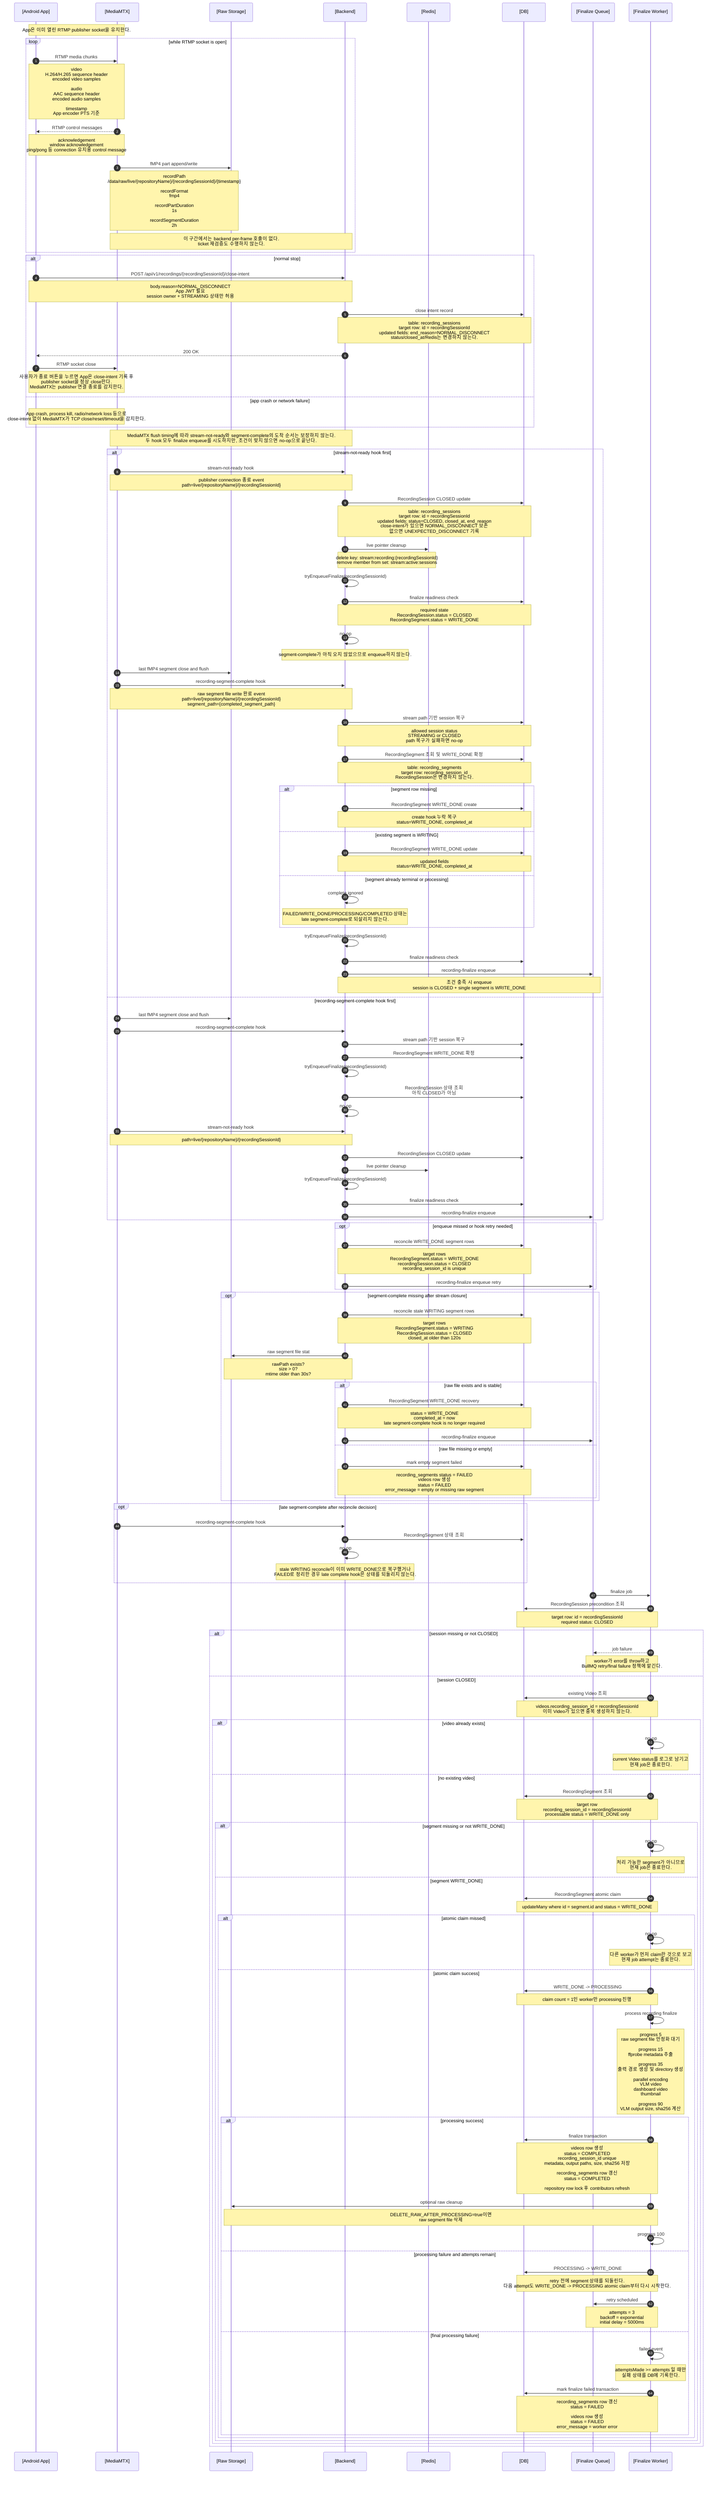
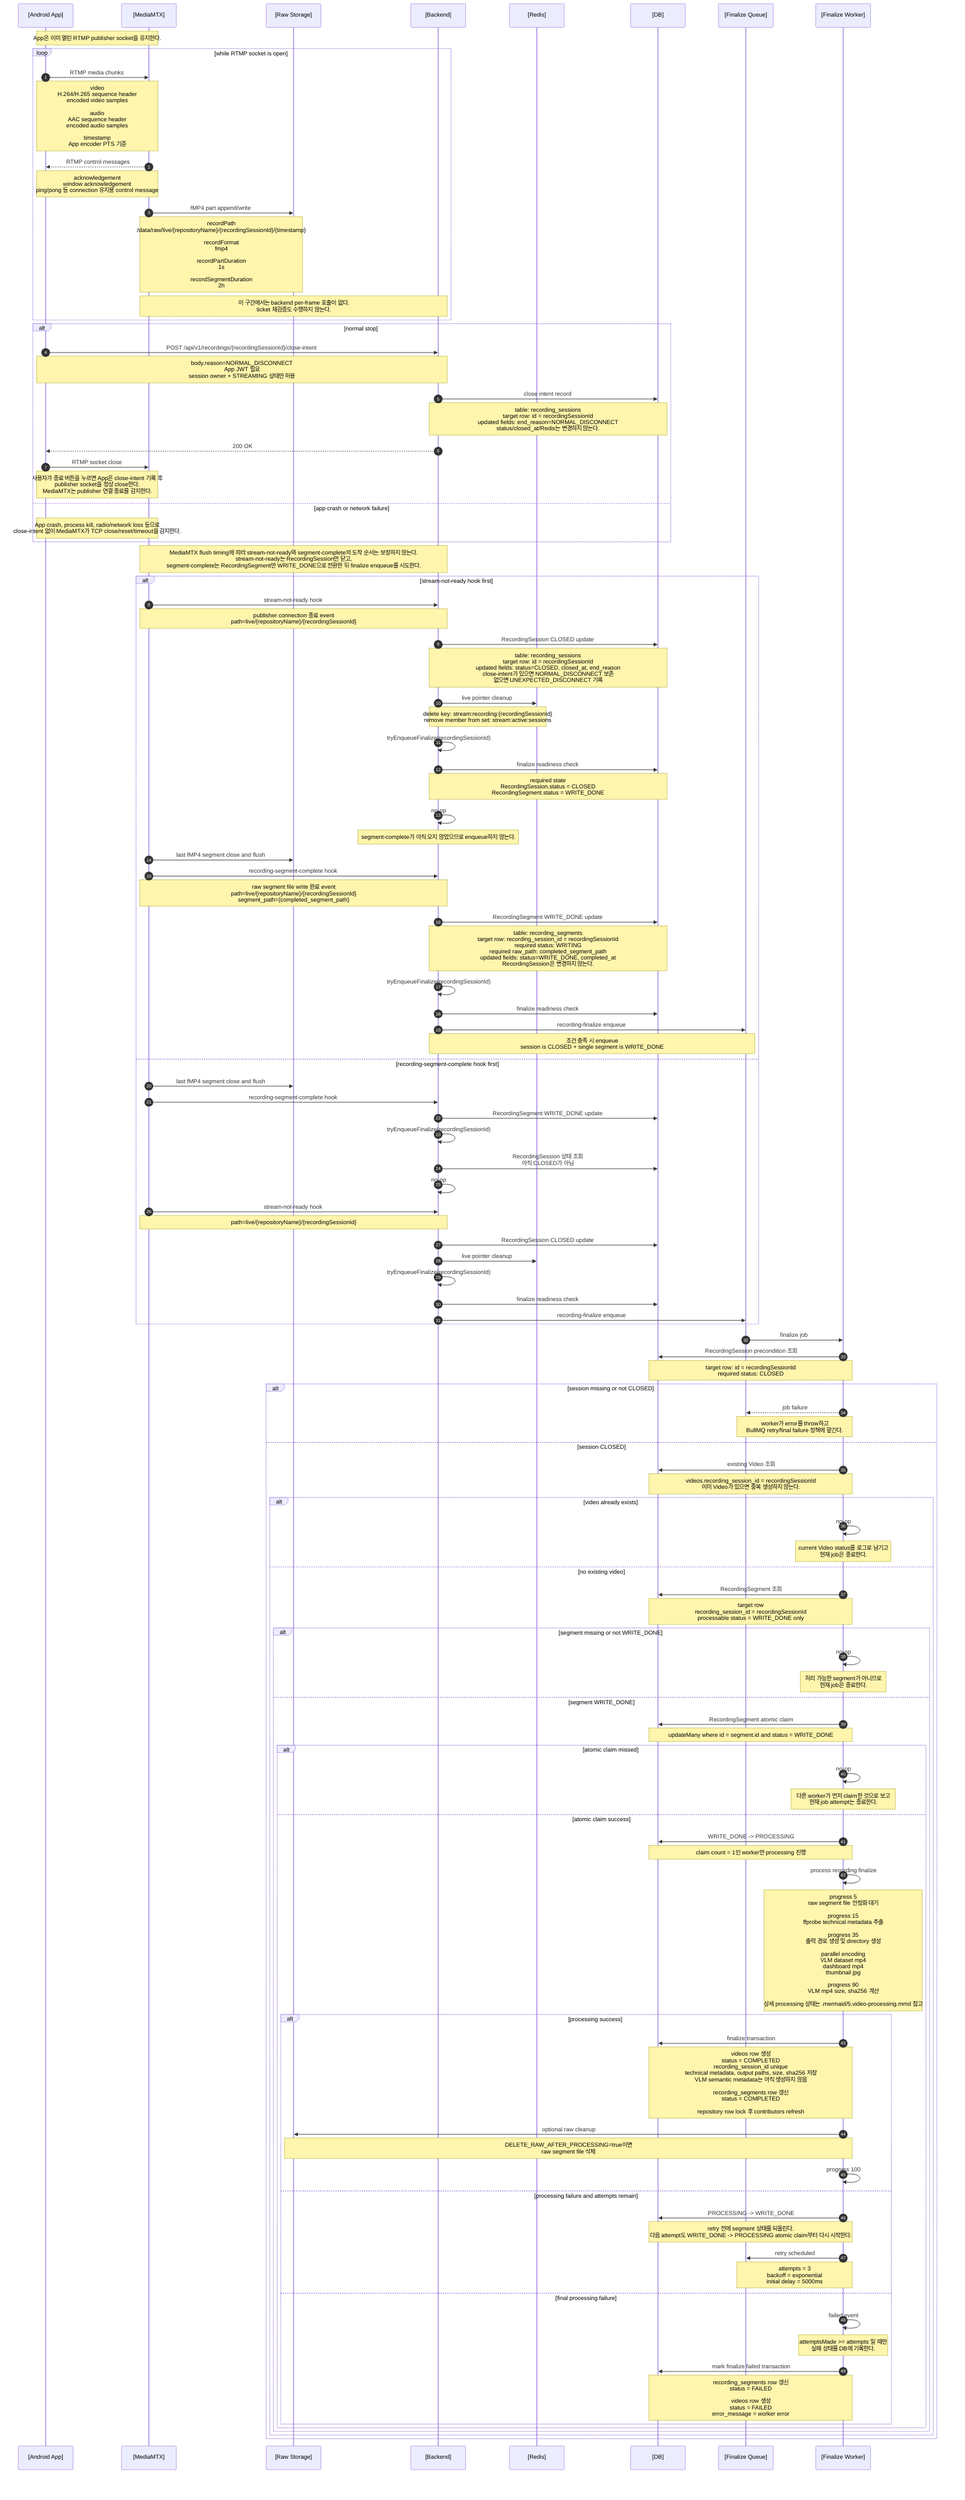
sequenceDiagram
  autonumber
  participant App as [Android App]
  participant MTX as [MediaMTX]
  participant Storage as [Raw Storage]
  participant Backend as [Backend]
  participant Redis as [Redis]
  participant DB as [DB]
  participant Queue as [Finalize Queue]
  participant Worker as [Finalize Worker]

  Note over App,MTX: App은 이미 열린 RTMP publisher socket을 유지한다.

  loop while RTMP socket is open
    App->>MTX: RTMP media chunks
    Note over App,MTX: video<br/>H.264/H.265 sequence header<br/>encoded video samples<br/><br/>audio<br/>AAC sequence header<br/>encoded audio samples<br/><br/>timestamp<br/>App encoder PTS 기준

    MTX-->>App: RTMP control messages
    Note over MTX,App: acknowledgement<br/>window acknowledgement<br/>ping/pong 등 connection 유지용 control message

    MTX->>Storage: fMP4 part append/write
    Note over MTX,Storage: recordPath<br/>/data/raw/live/{repositoryName}/{recordingSessionId}/{timestamp}<br/><br/>recordFormat<br/>fmp4<br/><br/>recordPartDuration<br/>1s<br/><br/>recordSegmentDuration<br/>2h

    Note over MTX,Backend: 이 구간에서는 backend per-frame 호출이 없다.<br/>ticket 재검증도 수행하지 않는다.
  end

  alt normal stop
    App->>Backend: POST /api/v1/recordings/{recordingSessionId}/close-intent
    Note over App,Backend: body.reason=NORMAL_DISCONNECT<br/>App JWT 필요<br/>session owner + STREAMING 상태만 허용
    Backend->>DB: close intent record
    Note over Backend,DB: table: recording_sessions<br/>target row: id = recordingSessionId<br/>updated fields: end_reason=NORMAL_DISCONNECT<br/>status/closed_at/Redis는 변경하지 않는다.
    Backend-->>App: 200 OK

    App->>MTX: RTMP socket close
    Note over App,MTX: 사용자가 종료 버튼을 누르면 App은 close-intent 기록 후<br/>publisher socket을 정상 close한다.<br/>MediaMTX는 publisher 연결 종료를 감지한다.
  else app crash or network failure
    Note over App,MTX: App crash, process kill, radio/network loss 등으로<br/>close-intent 없이 MediaMTX가 TCP close/reset/timeout을 감지한다.
  end

-   Note over MTX,Backend: MediaMTX flush timing에 따라 stream-not-ready와 segment-complete의 도착 순서는 보장하지 않는다.<br/>두 hook 모두 finalize enqueue를 시도하지만, 조건이 맞지 않으면 no-op으로 끝난다.
+   Note over MTX,Backend: MediaMTX flush timing에 따라 stream-not-ready와 segment-complete의 도착 순서는 보장하지 않는다.<br/>stream-not-ready는 RecordingSession만 닫고,<br/>segment-complete는 RecordingSegment만 WRITE_DONE으로 전환한 뒤 finalize enqueue를 시도한다.

  alt stream-not-ready hook first
    MTX->>Backend: stream-not-ready hook
    Note over MTX,Backend: publisher connection 종료 event<br/>path=live/{repositoryName}/{recordingSessionId}

    Backend->>DB: RecordingSession CLOSED update
    Note over Backend,DB: table: recording_sessions<br/>target row: id = recordingSessionId<br/>updated fields: status=CLOSED, closed_at, end_reason<br/>close-intent가 있으면 NORMAL_DISCONNECT 보존<br/>없으면 UNEXPECTED_DISCONNECT 기록

    Backend->>Redis: live pointer cleanup
    Note over Backend,Redis: delete key: stream:recording:{recordingSessionId}<br/>remove member from set: stream:active:sessions

    Backend->>Backend: tryEnqueueFinalize(recordingSessionId)
    Backend->>DB: finalize readiness check
    Note over Backend,DB: required state<br/>RecordingSession.status = CLOSED<br/>RecordingSegment.status = WRITE_DONE

    Backend->>Backend: no-op
    Note over Backend: segment-complete가 아직 오지 않았으므로 enqueue하지 않는다.

    MTX->>Storage: last fMP4 segment close and flush
    MTX->>Backend: recording-segment-complete hook
    Note over MTX,Backend: raw segment file write 완료 event<br/>path=live/{repositoryName}/{recordingSessionId}<br/>segment_path={completed_segment_path}
-     Backend->>DB: stream path 기반 session 복구
-     Note over Backend,DB: allowed session status<br/>STREAMING or CLOSED<br/>path 복구가 실패하면 no-op

-     Backend->>DB: RecordingSegment 조회 및 WRITE_DONE 확정
-     Note over Backend,DB: table: recording_segments<br/>target row: recording_session_id<br/>RecordingSession은 변경하지 않는다.
-     alt segment row missing
-       Backend->>DB: RecordingSegment WRITE_DONE create
-       Note over Backend,DB: create hook 누락 복구<br/>status=WRITE_DONE, completed_at
-     else existing segment is WRITING
-       Backend->>DB: RecordingSegment WRITE_DONE update
-       Note over Backend,DB: updated fields<br/>status=WRITE_DONE, completed_at
-     else segment already terminal or processing
-       Backend->>Backend: complete ignored
-       Note over Backend: FAILED/WRITE_DONE/PROCESSING/COMPLETED 상태는<br/>late segment-complete로 되살리지 않는다.
-     end
+     Backend->>DB: RecordingSegment WRITE_DONE update
+     Note over Backend,DB: table: recording_segments<br/>target row: recording_session_id = recordingSessionId<br/>required status: WRITING<br/>required raw_path: completed_segment_path<br/>updated fields: status=WRITE_DONE, completed_at<br/>RecordingSession은 변경하지 않는다.

    Backend->>Backend: tryEnqueueFinalize(recordingSessionId)
    Backend->>DB: finalize readiness check
    Backend->>Queue: recording-finalize enqueue
    Note over Backend,Queue: 조건 충족 시 enqueue<br/>session is CLOSED + single segment is WRITE_DONE

  else recording-segment-complete hook first
    MTX->>Storage: last fMP4 segment close and flush
    MTX->>Backend: recording-segment-complete hook
-     Backend->>DB: stream path 기반 session 복구
-     Backend->>DB: RecordingSegment WRITE_DONE 확정
+     Backend->>DB: RecordingSegment WRITE_DONE update
    Backend->>Backend: tryEnqueueFinalize(recordingSessionId)
    Backend->>DB: RecordingSession 상태 조회<br/>아직 CLOSED가 아님
    Backend->>Backend: no-op

    MTX->>Backend: stream-not-ready hook
    Note over MTX,Backend: path=live/{repositoryName}/{recordingSessionId}
    Backend->>DB: RecordingSession CLOSED update
    Backend->>Redis: live pointer cleanup
    Backend->>Backend: tryEnqueueFinalize(recordingSessionId)
    Backend->>DB: finalize readiness check
    Backend->>Queue: recording-finalize enqueue
-   end
- 
-   opt enqueue missed or hook retry needed
-     Backend->>DB: reconcile WRITE_DONE segment rows
-     Note over Backend,DB: target rows<br/>RecordingSegment.status = WRITE_DONE<br/>recordingSession.status = CLOSED<br/>recording_session_id is unique
-     Backend->>Queue: recording-finalize enqueue retry
-   end
- 
-   opt segment-complete missing after stream closure
-     Backend->>DB: reconcile stale WRITING segment rows
-     Note over Backend,DB: target rows<br/>RecordingSegment.status = WRITING<br/>RecordingSession.status = CLOSED<br/>closed_at older than 120s
-     Backend->>Storage: raw segment file stat
-     Note over Backend,Storage: rawPath exists?<br/>size > 0?<br/>mtime older than 30s?
- 
-     alt raw file exists and is stable
-       Backend->>DB: RecordingSegment WRITE_DONE recovery
-       Note over Backend,DB: status = WRITE_DONE<br/>completed_at = now<br/>late segment-complete hook is no longer required
-       Backend->>Queue: recording-finalize enqueue
-     else raw file missing or empty
-       Backend->>DB: mark empty segment failed
-       Note over Backend,DB: recording_segments status = FAILED<br/>videos row 생성<br/>status = FAILED<br/>error_message = empty or missing raw segment
-     end
-   end
- 
-   opt late segment-complete after reconcile decision
-     MTX->>Backend: recording-segment-complete hook
-     Backend->>DB: RecordingSegment 상태 조회
-     Backend->>Backend: no-op
-     Note over Backend: stale WRITING reconcile이 이미 WRITE_DONE으로 복구했거나<br/>FAILED로 정리한 경우 late complete hook은 상태를 되돌리지 않는다.
  end

  Queue->>Worker: finalize job
  Worker->>DB: RecordingSession precondition 조회
  Note over Worker,DB: target row: id = recordingSessionId<br/>required status: CLOSED

  alt session missing or not CLOSED
    Worker-->>Queue: job failure
    Note over Worker,Queue: worker가 error를 throw하고<br/>BullMQ retry/final failure 정책에 맡긴다.
  else session CLOSED
    Worker->>DB: existing Video 조회
    Note over Worker,DB: videos.recording_session_id = recordingSessionId<br/>이미 Video가 있으면 중복 생성하지 않는다.

    alt video already exists
      Worker->>Worker: no-op
      Note over Worker: current Video status를 로그로 남기고<br/>현재 job은 종료한다.
    else no existing video
      Worker->>DB: RecordingSegment 조회
      Note over Worker,DB: target row<br/>recording_session_id = recordingSessionId<br/>processable status = WRITE_DONE only

      alt segment missing or not WRITE_DONE
        Worker->>Worker: no-op
        Note over Worker: 처리 가능한 segment가 아니므로<br/>현재 job은 종료한다.
      else segment WRITE_DONE
        Worker->>DB: RecordingSegment atomic claim
        Note over Worker,DB: updateMany where id = segment.id and status = WRITE_DONE

        alt atomic claim missed
          Worker->>Worker: no-op
          Note over Worker: 다른 worker가 먼저 claim한 것으로 보고<br/>현재 job attempt는 종료한다.
        else atomic claim success
          Worker->>DB: WRITE_DONE -> PROCESSING
          Note over Worker,DB: claim count = 1인 worker만 processing 진행

          Worker->>Worker: process recording finalize
-           Note over Worker: progress 5<br/>raw segment file 안정화 대기<br/><br/>progress 15<br/>ffprobe metadata 추출<br/><br/>progress 35<br/>출력 경로 생성 및 directory 생성<br/><br/>parallel encoding<br/>VLM video<br/>dashboard video<br/>thumbnail<br/><br/>progress 90<br/>VLM output size, sha256 계산
+           Note over Worker: progress 5<br/>raw segment file 안정화 대기<br/><br/>progress 15<br/>ffprobe technical metadata 추출<br/><br/>progress 35<br/>출력 경로 생성 및 directory 생성<br/><br/>parallel encoding<br/>VLM dataset mp4<br/>dashboard mp4<br/>thumbnail jpg<br/><br/>progress 90<br/>VLM mp4 size, sha256 계산<br/><br/>상세 processing 상태는 .mermaid/5.video-processing.mmd 참고

          alt processing success
            Worker->>DB: finalize transaction
-             Note over Worker,DB: videos row 생성<br/>status = COMPLETED<br/>recording_session_id unique<br/>metadata, output paths, size, sha256 저장<br/><br/>recording_segments row 갱신<br/>status = COMPLETED<br/><br/>repository row lock 후 contributors refresh
+             Note over Worker,DB: videos row 생성<br/>status = COMPLETED<br/>recording_session_id unique<br/>technical metadata, output paths, size, sha256 저장<br/>VLM semantic metadata는 아직 생성하지 않음<br/><br/>recording_segments row 갱신<br/>status = COMPLETED<br/><br/>repository row lock 후 contributors refresh
            Worker->>Storage: optional raw cleanup
            Note over Worker,Storage: DELETE_RAW_AFTER_PROCESSING=true이면<br/>raw segment file 삭제
            Worker->>Worker: progress 100
          else processing failure and attempts remain
            Worker->>DB: PROCESSING -> WRITE_DONE
            Note over Worker,DB: retry 전에 segment 상태를 되돌린다.<br/>다음 attempt도 WRITE_DONE -> PROCESSING atomic claim부터 다시 시작한다.
            Worker->>Queue: retry scheduled
            Note over Worker,Queue: attempts = 3<br/>backoff = exponential<br/>initial delay = 5000ms
          else final processing failure
            Worker->>Worker: failed event
            Note over Worker: attemptsMade >= attempts 일 때만<br/>실패 상태를 DB에 기록한다.
            Worker->>DB: mark finalize failed transaction
            Note over Worker,DB: recording_segments row 갱신<br/>status = FAILED<br/><br/>videos row 생성<br/>status = FAILED<br/>error_message = worker error
          end
        end
      end
    end
  end

%% 참고:
%% 이 문서는 live cache 저장 이후 실제 RTMP media 전송,
%% publisher socket 종료, stream-not-ready/segment-complete hook, finalize enqueue까지 다룬다.
%% App 변경 필요:
%% App의 stop 버튼은 legacy Stop API를 호출하지 않는다.
%% App의 stop 버튼은 RTMP publisher connection을 바로 닫기 전에
%% POST /api/v1/recordings/{recordingSessionId}/close-intent 를 호출해야 한다.
%% close-intent body는 { "reason": "NORMAL_DISCONNECT" } 만 보낸다.
%% close-intent 200 OK 이후 RTMP publisher connection을 정상 close한다.
%% close-intent 호출 실패 또는 app crash/network failure로 close-intent가 누락되면
%% backend는 stream-not-ready/reconcile 시 UNEXPECTED_DISCONNECT로 기록한다.
%% stream-not-ready hook payload만으로 정상 close와 crash/reset/timeout을 정확히 구분하지 않는다.
%% close-intent가 먼저 도착한 경우 stream-not-ready는 NORMAL_DISCONNECT를 보존한다.
%% close-intent 없이 stream-not-ready가 도착하거나 MediaMTX active path missing을 reconcile이 감지하면 UNEXPECTED_DISCONNECT로 기록한다.
%% 현재 구조에서는 App이 단일 recording session을 짧게 유지하는 전제이므로
%% 정상 흐름의 segment rollover는 별도로 다루지 않는다.
%% finalize job 중복 enqueue는 jobId=finalize-{recordingSessionId}로 dedupe된다.
+ %% WRITE_DONE segment를 reconcile에서 다시 찾아 enqueue하는 보정 loop는 두지 않는다.
%% retry 가능한 worker 실패에서는 PROCESSING을 WRITE_DONE으로 되돌린 뒤 BullMQ retry에 맡긴다.
%% recording-finalize queue option: attempts=3, exponential backoff delay=5000ms, removeOnComplete=1000, removeOnFail=2000.
+ %% segment-complete hook 누락 복구는 현재 하지 않는다. segment-complete가 오지 않으면 WRITING segment는 finalize 대상이 아니다.
%% pain point: worker process crash, OOM, host kill처럼 catch/failed handler가 실행되지 않는 장애에서는 PROCESSING -> WRITE_DONE reset이 누락될 수 있다.
%% 현재 단계에서는 stale PROCESSING 복구를 구현하지 않는다. 필요해지면 reconcile 또는 processing lease 기반 복구를 추가해야 한다.
+ %% worker processing의 상세 구현 상태와 VLM semantic metadata 확장 지점은 .mermaid/5.video-processing.mmd에서 다룬다.
